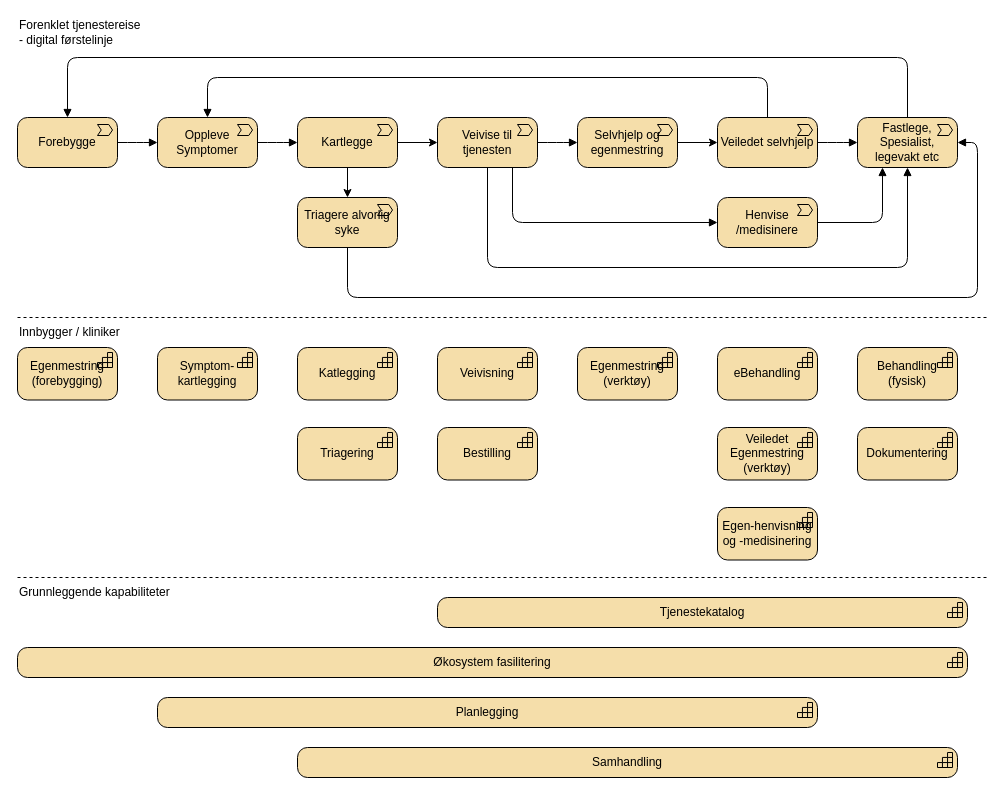
Before: page "verdikjede-overordnet" (2 of 9) of docs/strategi/value-chain.drawio in hdir/Digital-Forstelinje, a draw.io diagram. Source tidied: cells renumbered, new cells numbered last; positions are measured from the earlier drawing's top-left corner, leaving out a move shared by most shapes. Both pictures are drawn from the tidied source at 100%, with x=0, y=0 at pixel (17, 17).
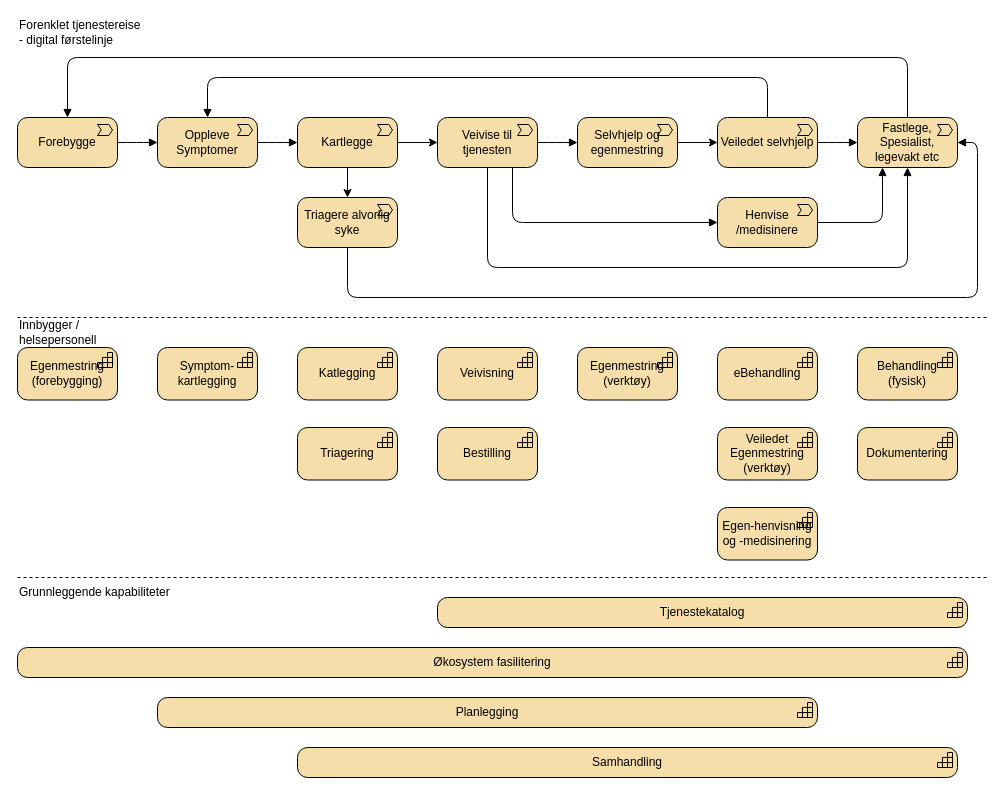
After the change.

Diff of the diagram source:
```diff
@@
-    <mxCell id="32" value="Innbygger / kliniker" style="text;html=1;align=left;verticalAlign=middle;whiteSpace=wrap;rounded=0;" parent="1" vertex="1">
+    <mxCell id="32" value="Innbygger / helsepersonell" style="text;html=1;align=left;verticalAlign=middle;whiteSpace=wrap;rounded=0;" parent="1" vertex="1">
       <mxGeometry y="300" width="120" height="30" as="geometry" />
     </mxCell>
```
